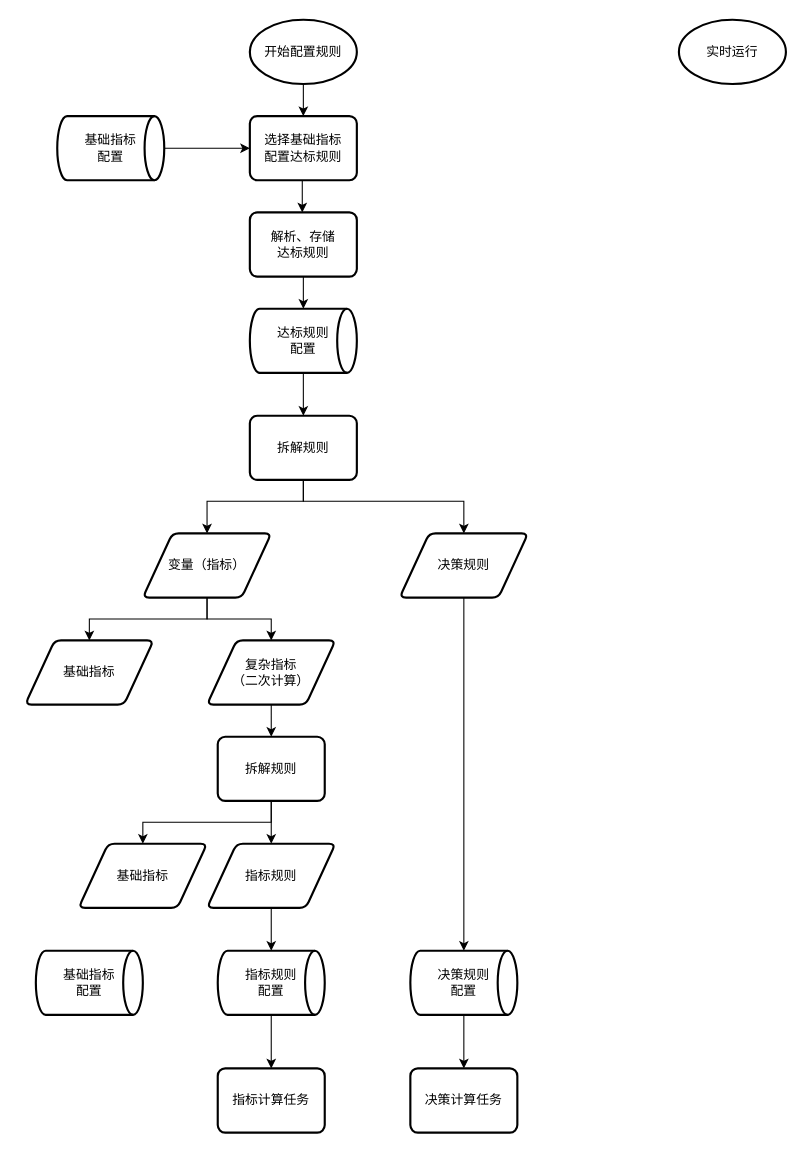
Before: page "Page-5" (5 of 6) of 数据中台.drawio in michael0817/wing, a draw.io diagram. Source tidied: cells renumbered, new cells numbered last; positions are measured from the earlier drawing's top-left corner, leaving out a move shared by most shapes. Both pictures are drawn from the tidied source at 107%, with x=0, y=0 at pixel (25, 19).
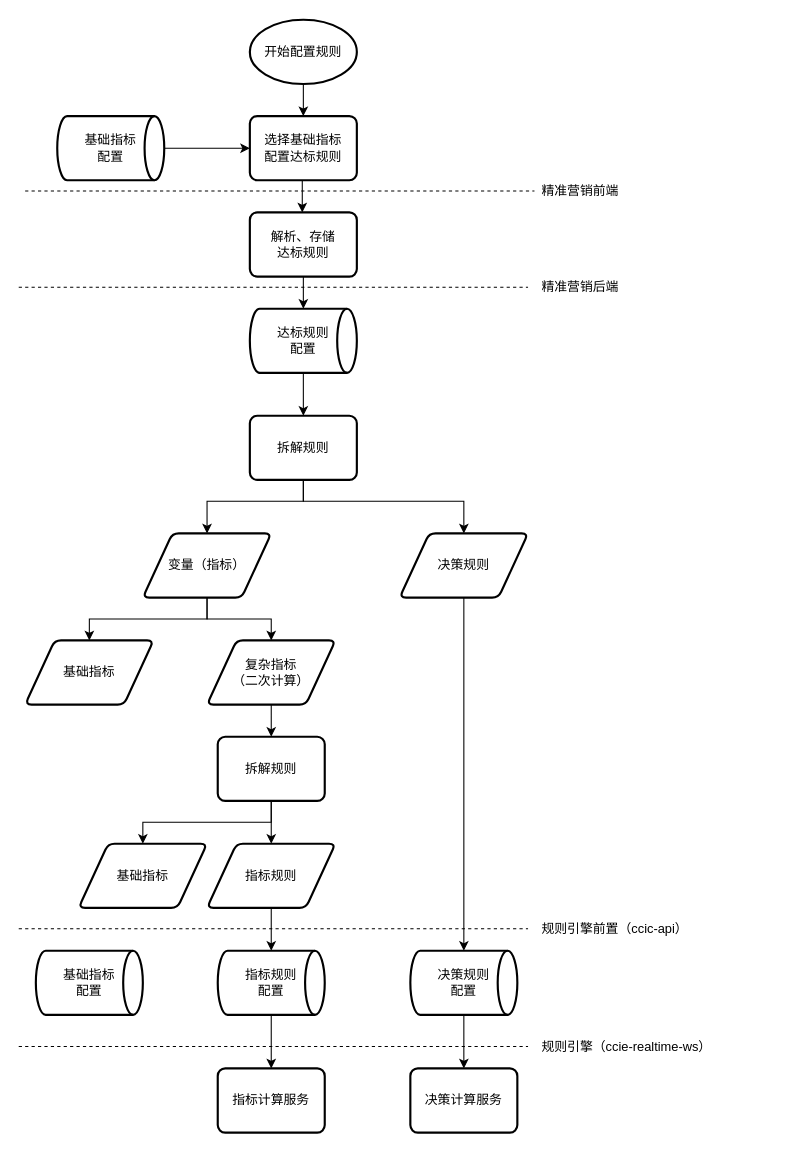
After the change.

What changed in the source:
```diff
@@
-    <mxCell id="34" value="指标计算任务" style="rounded=1;whiteSpace=wrap;html=1;absoluteArcSize=1;arcSize=14;strokeWidth=2;" parent="1" vertex="1">
+    <mxCell id="34" value="指标计算服务" style="rounded=1;whiteSpace=wrap;html=1;absoluteArcSize=1;arcSize=14;strokeWidth=2;" parent="1" vertex="1">
       <mxGeometry x="180" y="980" width="100" height="60" as="geometry" />
     </mxCell>
-    <mxCell id="35" value="决策计算任务" style="rounded=1;whiteSpace=wrap;html=1;absoluteArcSize=1;arcSize=14;strokeWidth=2;" parent="1" vertex="1">
+    <mxCell id="35" value="决策计算服务" style="rounded=1;whiteSpace=wrap;html=1;absoluteArcSize=1;arcSize=14;strokeWidth=2;" parent="1" vertex="1">
       <mxGeometry x="360" y="980" width="100" height="60" as="geometry" />
     </mxCell>
-    <mxCell id="36" value="实时运行" style="strokeWidth=2;html=1;shape=mxgraph.flowchart.start_1;whiteSpace=wrap;" parent="1" vertex="1">
-      <mxGeometry x="611" width="100" height="60" as="geometry" />
-    </mxCell>
+    <mxCell id="37" style="endArrow=none;dashed=1;html=1;" parent="1" edge="1">
+      <mxGeometry relative="1" as="geometry">
+        <mxPoint y="160" as="sourcePoint" />
+        <mxPoint x="476" y="160" as="targetPoint" />
+      </mxGeometry>
+    </mxCell>
+    <mxCell id="38" value="精准营销前端" style="text;html=1;align=left;verticalAlign=top;spacingTop=-4;" parent="1" vertex="1">
+      <mxGeometry x="481" y="150" width="90" height="20" as="geometry" />
+    </mxCell>
+    <mxCell id="39" style="endArrow=none;dashed=1;html=1;" parent="1" edge="1">
+      <mxGeometry relative="1" as="geometry">
+        <mxPoint x="-6" y="250" as="sourcePoint" />
+        <mxPoint x="470" y="250" as="targetPoint" />
+      </mxGeometry>
+    </mxCell>
+    <mxCell id="40" value="精准营销后端" style="text;html=1;align=left;verticalAlign=top;spacingTop=-4;" parent="1" vertex="1">
+      <mxGeometry x="481" y="240" width="90" height="20" as="geometry" />
+    </mxCell>
+    <mxCell id="41" style="endArrow=none;dashed=1;html=1;" parent="1" edge="1">
+      <mxGeometry relative="1" as="geometry">
+        <mxPoint x="-6" y="849.5" as="sourcePoint" />
+        <mxPoint x="470" y="849.5" as="targetPoint" />
+      </mxGeometry>
+    </mxCell>
+    <mxCell id="42" value="规则引擎前置（ccic-api）" style="text;html=1;align=left;verticalAlign=top;spacingTop=-4;" parent="1" vertex="1">
+      <mxGeometry x="481" y="840" width="150" height="20" as="geometry" />
+    </mxCell>
+    <mxCell id="43" style="endArrow=none;dashed=1;html=1;" parent="1" edge="1">
+      <mxGeometry relative="1" as="geometry">
+        <mxPoint x="-6" y="959.5" as="sourcePoint" />
+        <mxPoint x="470" y="959.5" as="targetPoint" />
+      </mxGeometry>
+    </mxCell>
+    <mxCell id="44" value="规则引擎（ccie-realtime-ws）" style="text;html=1;align=left;verticalAlign=top;spacingTop=-4;" parent="1" vertex="1">
+      <mxGeometry x="481" y="950" width="170" height="20" as="geometry" />
+    </mxCell>
```
